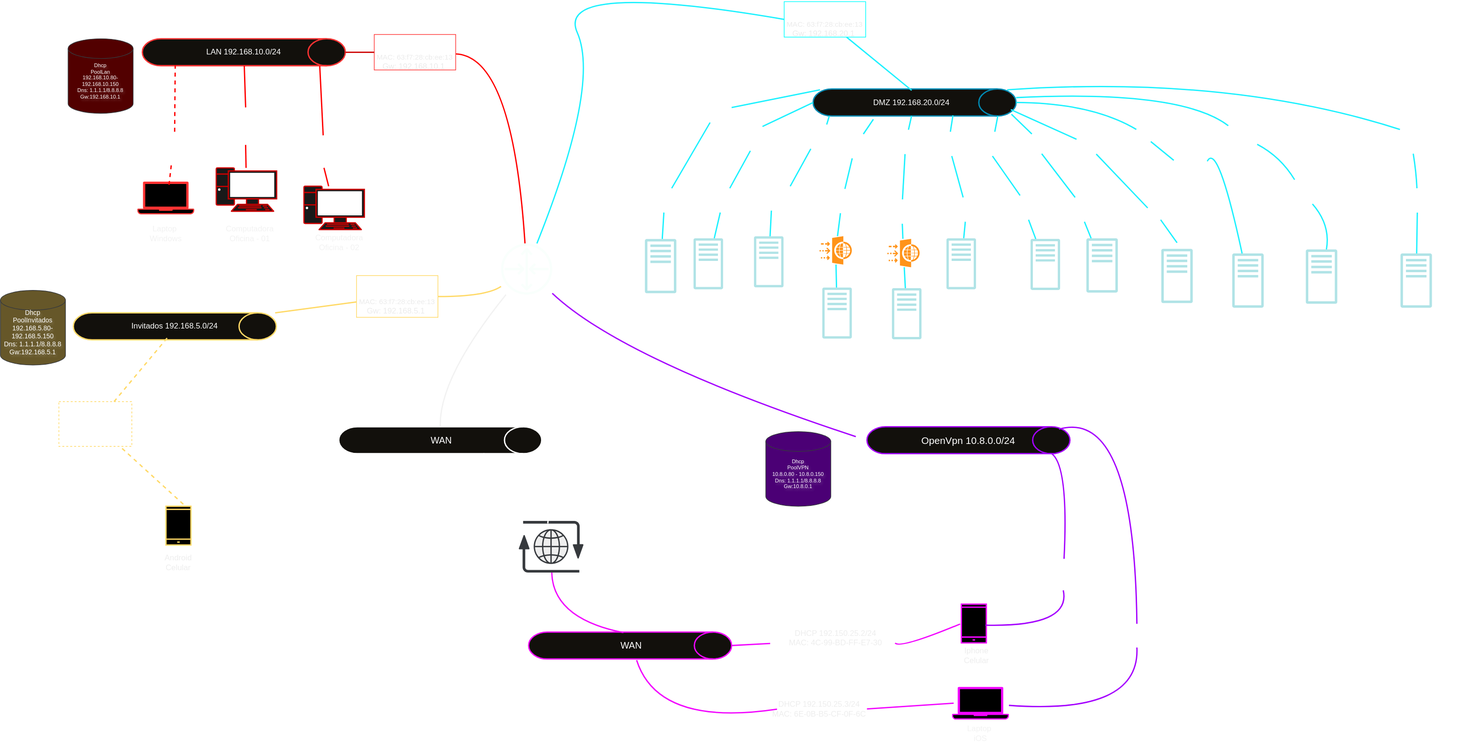
This is conectividad_y_seguridad/Proyecto diagrama de red.svg from Claudiamar1974/PROYECTO-FINAL-RIFAS-BLUE-CHERRY-, a draw.io export, as it was before one commit. Source tidied: cells renumbered, new cells last; positions are measured from the earlier drawing's top-left corner, leaving out a move shared by most shapes.
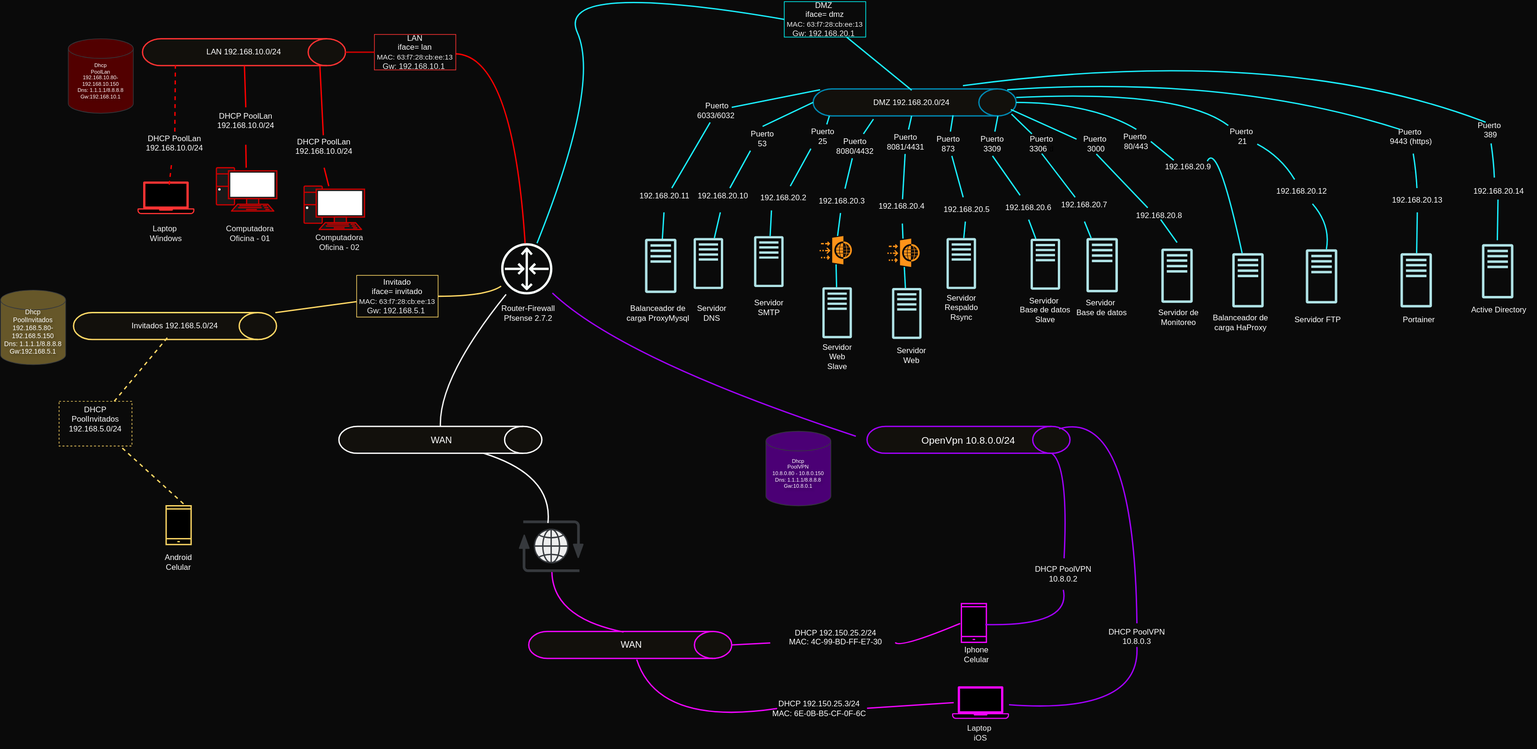
After the change.

Change to the diagram source:
```diff
@@ -485,6 +485,9 @@
     <mxCell id="140" value="&lt;font color=&quot;#ffffff&quot;&gt;192.168.20.12&lt;/font&gt;" style="text;html=1;whiteSpace=wrap;strokeColor=none;fillColor=none;align=center;verticalAlign=middle;rounded=0;" parent="1" vertex="1">
       <mxGeometry x="1959" y="304" width="44" height="37" as="geometry" />
     </mxCell>
+    <mxCell id="153" style="edgeStyle=orthogonalEdgeStyle;rounded=0;jettySize=auto;html=1;" parent="1" edge="1" source="141" target="142">
+      <mxGeometry relative="1" as="geometry" />
+    </mxCell>
     <mxCell id="141" value="&lt;font color=&quot;#ffffff&quot;&gt;Puerto&amp;nbsp;&lt;br&gt;9443 (https)&lt;/font&gt;&lt;div&gt;&lt;font color=&quot;#ffffff&quot;&gt;&lt;br&gt;&lt;/font&gt;&lt;/div&gt;" style="text;html=1;whiteSpace=wrap;strokeColor=none;fillColor=none;align=center;verticalAlign=middle;rounded=0;" parent="1" vertex="1">
       <mxGeometry x="2113" y="227.5" width="69" height="37" as="geometry" />
     </mxCell>
@@ -541,5 +544,40 @@
     <mxCell id="152" value="&lt;font color=&quot;#ffffff&quot;&gt;Portainer&lt;/font&gt;" style="text;html=1;whiteSpace=wrap;strokeColor=none;fillColor=none;align=center;verticalAlign=middle;rounded=0;" parent="1" vertex="1">
       <mxGeometry x="2101" y="503" width="117" height="30" as="geometry" />
     </mxCell>
+    <mxCell id="154" value="&lt;font color=&quot;#ffffff&quot;&gt;Puerto&amp;nbsp;&lt;br&gt;389&lt;/font&gt;&lt;div&gt;&lt;font color=&quot;#ffffff&quot;&gt;&lt;br&gt;&lt;/font&gt;&lt;/div&gt;" style="text;html=1;whiteSpace=wrap;strokeColor=none;fillColor=none;align=center;verticalAlign=middle;rounded=0;" parent="1" vertex="1">
+      <mxGeometry x="2234" y="217" width="69" height="37" as="geometry" />
+    </mxCell>
+    <mxCell id="155" value="&lt;font color=&quot;#ffffff&quot;&gt;192.168.20.14&lt;/font&gt;" style="text;html=1;whiteSpace=wrap;strokeColor=none;fillColor=none;align=center;verticalAlign=middle;rounded=0;" parent="1" vertex="1">
+      <mxGeometry x="2259" y="303.2" width="44" height="37" as="geometry" />
+    </mxCell>
+    <mxCell id="156" style="sketch=0;dashed=0;verticalLabelPosition=bottom;verticalAlign=top;align=center;html=1;fontSize=12;fontStyle=0;shape=mxgraph.aws4.traditional_server;fillColor=#b0e3e6;strokeColor=#0e8088;" parent="1" vertex="1">
+      <mxGeometry x="2255.1" y="402.2" width="47.9" height="83" as="geometry" />
+    </mxCell>
+    <mxCell id="157" style="endArrow=none;html=1;rounded=0;fontSize=12;startSize=8;endSize=8;curved=1;fillColor=#b0e3e6;strokeColor=#1BF1FF;strokeWidth=2;entryX=0.388;entryY=-0.009;entryDx=0;entryDy=0;entryPerimeter=0;" parent="1" edge="1" target="154">
+      <mxGeometry relative="1" as="geometry">
+        <mxPoint x="1465" y="161" as="sourcePoint" />
+        <Array as="points">
+          <mxPoint x="1946.4" y="96" />
+        </Array>
+      </mxGeometry>
+    </mxCell>
+    <mxCell id="158" value="&lt;font color=&quot;#ffffff&quot;&gt;&amp;nbsp;Active Directory&lt;/font&gt;" style="text;html=1;whiteSpace=wrap;strokeColor=none;fillColor=none;align=center;verticalAlign=middle;rounded=0;" parent="1" vertex="1">
+      <mxGeometry x="2220.6" y="488" width="117" height="30" as="geometry" />
+    </mxCell>
+    <mxCell id="159" style="endArrow=none;html=1;rounded=0;fontSize=12;startSize=8;endSize=8;curved=1;fillColor=#b0e3e6;strokeColor=#1BF1FF;strokeWidth=2;" parent="1" edge="1">
+      <mxGeometry relative="1" as="geometry">
+        <mxPoint x="2279.6" y="334.5" as="sourcePoint" />
+        <mxPoint x="2278.6" y="396.5" as="targetPoint" />
+      </mxGeometry>
+    </mxCell>
+    <mxCell id="160" style="endArrow=none;html=1;rounded=0;fontSize=12;startSize=8;endSize=8;curved=1;fillColor=#b0e3e6;strokeColor=#1BF1FF;strokeWidth=2;" parent="1" edge="1">
+      <mxGeometry relative="1" as="geometry">
+        <mxPoint x="2269" y="249" as="sourcePoint" />
+        <mxPoint x="2274" y="301" as="targetPoint" />
+        <Array as="points">
+          <mxPoint x="2273" y="276" />
+        </Array>
+      </mxGeometry>
+    </mxCell>
   </root>
 </mxGraphModel>
```
